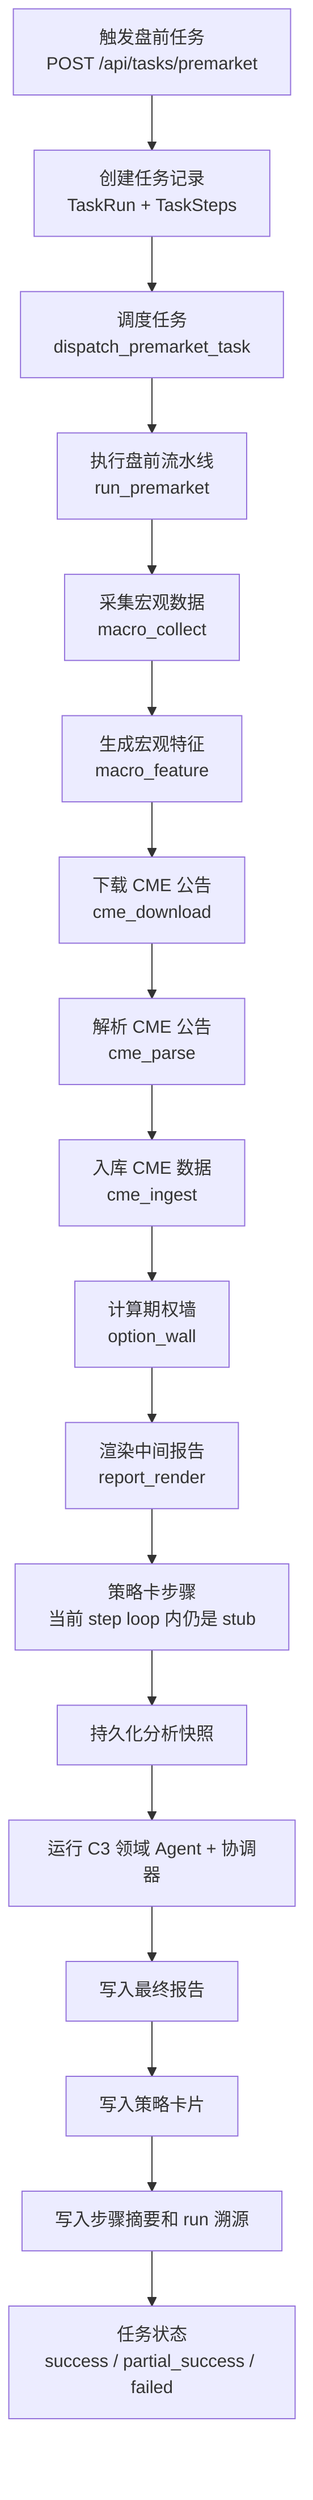
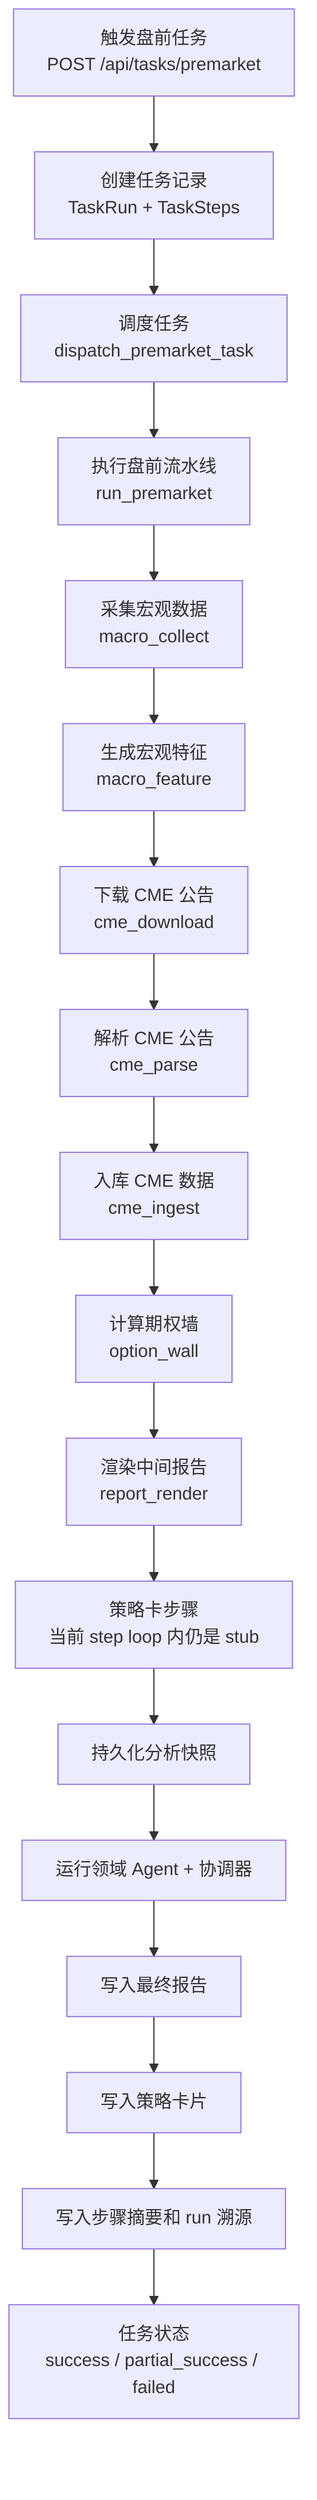
flowchart TD
  API["触发盘前任务<br/>POST /api/tasks/premarket"] --> TaskRun["创建任务记录<br/>TaskRun + TaskSteps"]
  TaskRun --> Scheduler["调度任务<br/>dispatch_premarket_task"]
  Scheduler --> Worker["执行盘前流水线<br/>run_premarket"]

  Worker --> MacroCollect["采集宏观数据<br/>macro_collect"]
  MacroCollect --> MacroFeature["生成宏观特征<br/>macro_feature"]
  MacroFeature --> CmeDownload["下载 CME 公告<br/>cme_download"]
  CmeDownload --> CmeParse["解析 CME 公告<br/>cme_parse"]
  CmeParse --> CmeIngest["入库 CME 数据<br/>cme_ingest"]
  CmeIngest --> OptionWall["计算期权墙<br/>option_wall"]
  OptionWall --> ReportRender["渲染中间报告<br/>report_render"]
  ReportRender --> StrategyStep["策略卡步骤<br/>当前 step loop 内仍是 stub"]
  StrategyStep --> Snapshot["持久化分析快照"]
-   Snapshot --> C3["运行 C3 领域 Agent + 协调器"]
-   C3 --> FinalReport["写入最终报告"]
+   Snapshot --> DomainAgents["运行领域 Agent + 协调器"]
+   DomainAgents --> FinalReport["写入最终报告"]
  FinalReport --> StrategyCard["写入策略卡片"]
  StrategyCard --> Provenance["写入步骤摘要和 run 溯源"]
  Provenance --> Status["任务状态<br/>success / partial_success / failed"]
